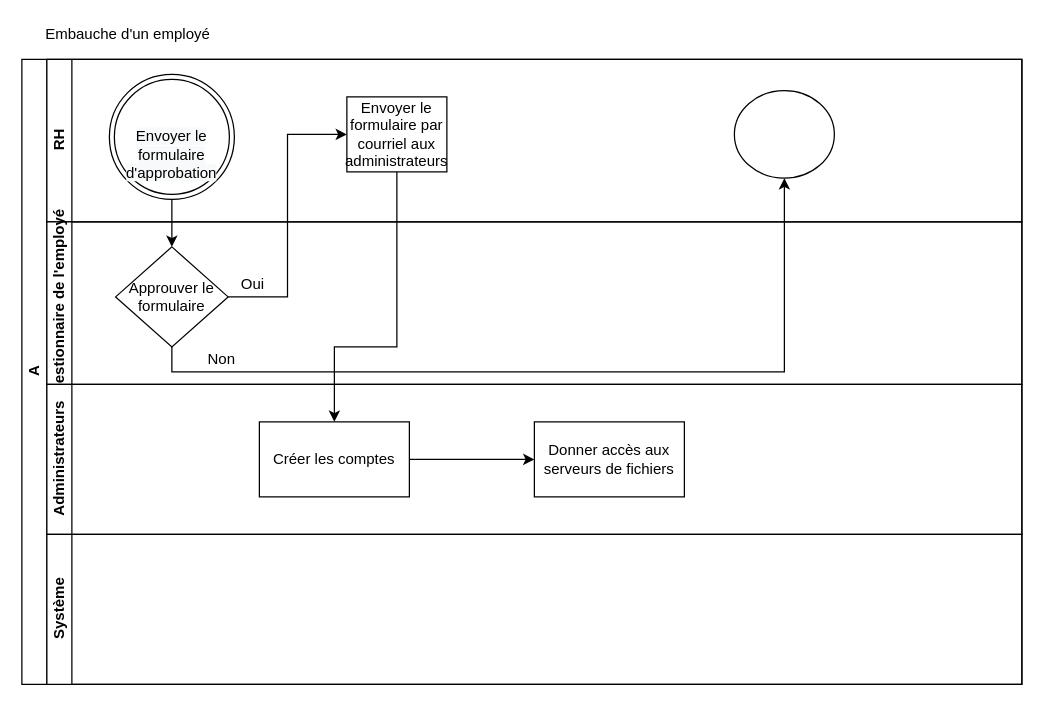
Ezdkdr/test keeps this draw.io diagram as CR410_TS.drawio. Above is the earlier version. Source tidied: cells renumbered, new cells numbered last; positions are measured from the earlier drawing's top-left corner, leaving out a move shared by most shapes. Both pictures are drawn from the tidied source at 125%, with x=0, y=0 at pixel (21, 21).
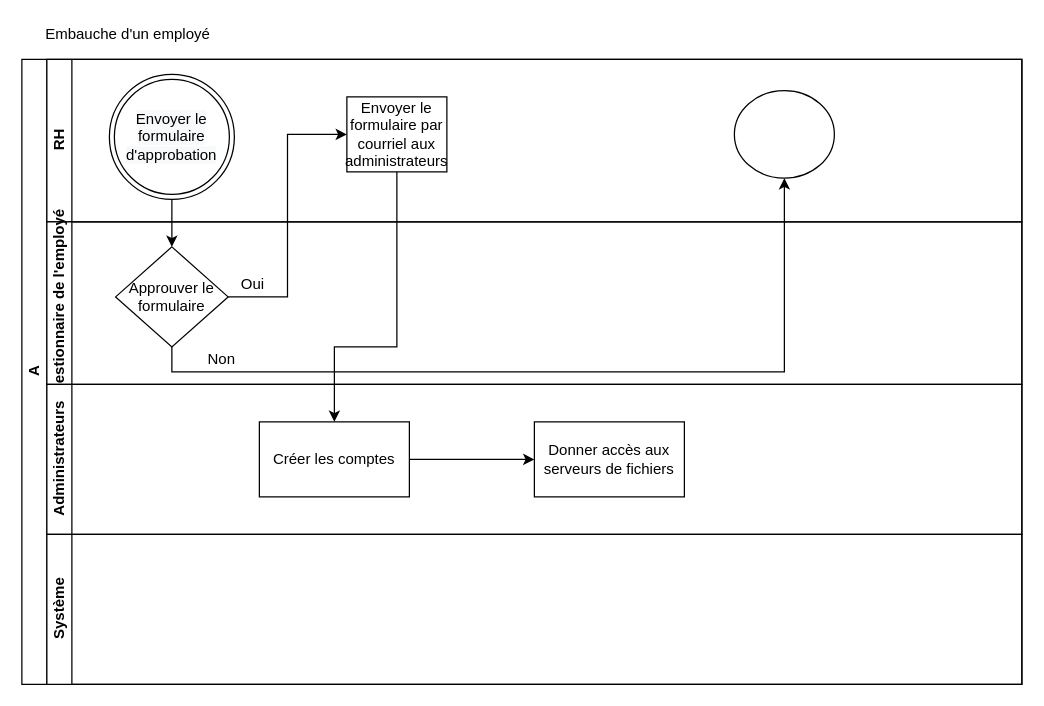
After the change.

The change refers to these unchanged cells:
```xml
<mxCell id="3" value="RH" style="swimlane;html=1;startSize=20;horizontal=0;" parent="2" vertex="1">
  <mxGeometry x="20" width="780" height="130" as="geometry" />
</mxCell>
```

Change to the diagram source:
```diff
@@
-    <mxCell id="6" value="&lt;br&gt;&lt;br&gt;&lt;span style=&quot;color: rgb(0 , 0 , 0) ; font-family: &amp;#34;helvetica&amp;#34; ; font-size: 12px ; font-style: normal ; font-weight: 400 ; letter-spacing: normal ; text-align: center ; text-indent: 0px ; text-transform: none ; word-spacing: 0px ; background-color: rgb(248 , 249 , 250) ; display: inline ; float: none&quot;&gt;Envoyer le formulaire d'approbation&lt;/span&gt;&lt;br&gt;" style="ellipse;shape=doubleEllipse;whiteSpace=wrap;html=1;" parent="3" vertex="1">
+    <mxCell id="6" value="&lt;span style=&quot;color: rgb(0 , 0 , 0) ; font-family: &amp;#34;helvetica&amp;#34; ; font-size: 12px ; font-style: normal ; font-weight: 400 ; letter-spacing: normal ; text-align: center ; text-indent: 0px ; text-transform: none ; word-spacing: 0px ; background-color: rgb(248 , 249 , 250) ; display: inline ; float: none&quot;&gt;Envoyer le formulaire d'approbation&lt;/span&gt;" style="ellipse;shape=doubleEllipse;whiteSpace=wrap;html=1;" parent="3" vertex="1">
       <mxGeometry x="50" y="12" width="100" height="100" as="geometry" />
     </mxCell>
```
